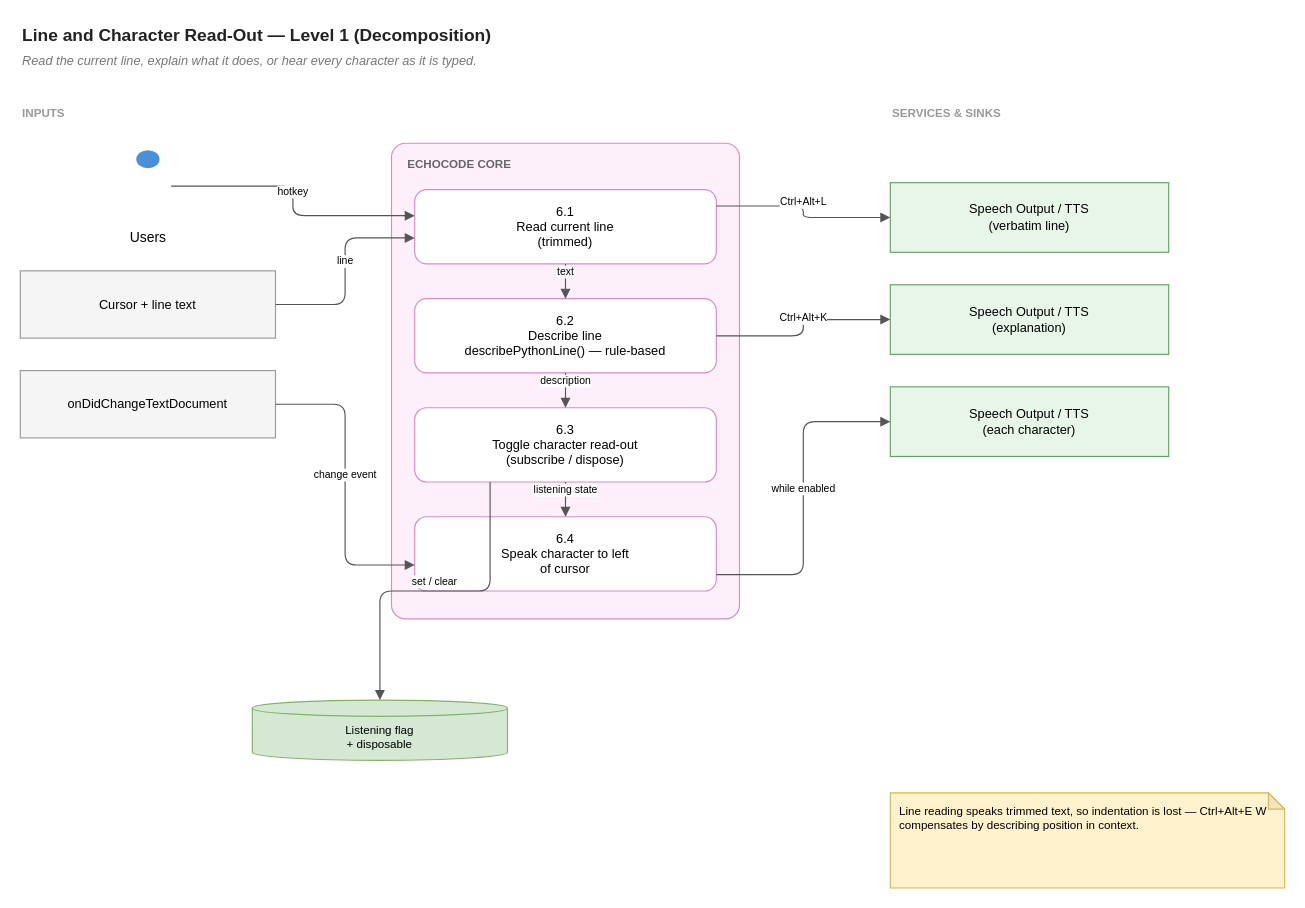
Before: page "Level 1 — Decomposition" (2 of 2) of wiki/diagrams/06-line-character-readout.drawio in hpcclab/EchoCode, a draw.io diagram. Source tidied: cells renumbered, new cells numbered last; positions are measured from the earlier drawing's top-left corner, leaving out a move shared by most shapes. Both pictures are drawn from the tidied source at 116%, with x=0, y=0 at pixel (20, 20).
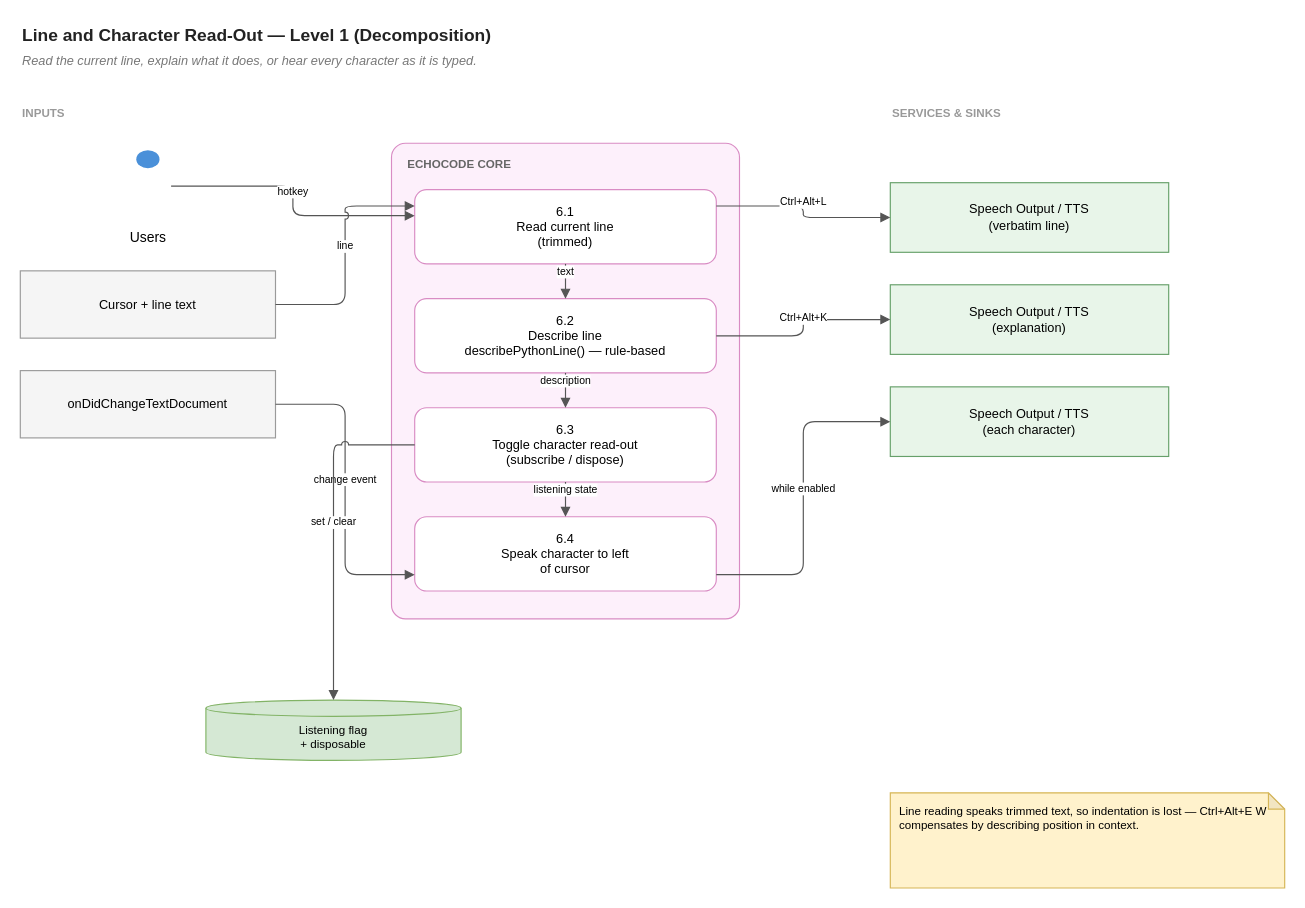
The same diagram, later.

The change refers to these unchanged cells:
```xml
<mxCell id="7" value="6.1&#10;Read current line&#10;(trimmed)" style="rounded=1;whiteSpace=wrap;html=1;fillColor=#ffffff;strokeColor=#d98cc4;fontSize=11;arcSize=16;" parent="6" vertex="1">
  <mxGeometry x="20" y="40" width="260" height="64" as="geometry" />
</mxCell>
<mxCell id="9" value="6.3&#10;Toggle character read-out&#10;(subscribe / dispose)" style="rounded=1;whiteSpace=wrap;html=1;fillColor=#ffffff;strokeColor=#d98cc4;fontSize=11;arcSize=16;" parent="6" vertex="1">
  <mxGeometry x="20" y="228" width="260" height="64" as="geometry" />
</mxCell>
<mxCell id="10" value="6.4&#10;Speak character to left&#10;of cursor" style="rounded=1;whiteSpace=wrap;html=1;fillColor=#ffffff;strokeColor=#d98cc4;fontSize=11;arcSize=16;" parent="6" vertex="1">
  <mxGeometry x="20" y="322" width="260" height="64" as="geometry" />
</mxCell>
<mxCell id="12" value="Cursor + line text" style="rounded=0;whiteSpace=wrap;html=1;fillColor=#f5f5f5;strokeColor=#9a9a9a;fontSize=11;" parent="1" vertex="1">
  <mxGeometry y="216" width="220" height="58" as="geometry" />
</mxCell>
<mxCell id="13" value="onDidChangeTextDocument" style="rounded=0;whiteSpace=wrap;html=1;fillColor=#f5f5f5;strokeColor=#9a9a9a;fontSize=11;" parent="1" vertex="1">
  <mxGeometry y="302" width="220" height="58" as="geometry" />
</mxCell>
```

Change to the diagram source:
```diff
@@
     <mxCell id="17" value="Listening flag&#10;+ disposable" style="shape=cylinder3;boundedLbl=1;backgroundOutline=1;size=7;whiteSpace=wrap;html=1;fillColor=#d5e8d4;strokeColor=#82b366;fontSize=10;" parent="1" vertex="1">
-      <mxGeometry x="200" y="586" width="220" height="52" as="geometry" />
+      <mxGeometry x="160" y="586" width="220" height="52" as="geometry" />
     </mxCell>
@@
-    <mxCell id="19" value="line" style="edgeStyle=orthogonalEdgeStyle;rounded=1;html=1;endArrow=block;endFill=1;jettySize=auto;jumpStyle=arc;jumpSize=6;fontSize=9;labelBackgroundColor=#ffffff;verticalAlign=bottom;strokeColor=#555555;exitX=1;exitY=0.5;exitDx=0;exitDy=0;entryX=0;entryY=0.65;entryDx=0;entryDy=0;" parent="1" edge="1" source="12" target="7">
+    <mxCell id="19" value="line" style="edgeStyle=orthogonalEdgeStyle;rounded=1;html=1;endArrow=block;endFill=1;jettySize=auto;jumpStyle=arc;jumpSize=6;fontSize=9;labelBackgroundColor=#ffffff;verticalAlign=bottom;strokeColor=#555555;exitX=1;exitY=0.5;exitDx=0;exitDy=0;entryX=0;entryY=0.22;entryDx=0;entryDy=0;" parent="1" edge="1" source="12" target="7">
       <mxGeometry relative="1" as="geometry" />
     </mxCell>
-    <mxCell id="20" value="change event" style="edgeStyle=orthogonalEdgeStyle;rounded=1;html=1;endArrow=block;endFill=1;jettySize=auto;jumpStyle=arc;jumpSize=6;fontSize=9;labelBackgroundColor=#ffffff;verticalAlign=bottom;strokeColor=#555555;exitX=1;exitY=0.5;exitDx=0;exitDy=0;entryX=0;entryY=0.65;entryDx=0;entryDy=0;" parent="1" edge="1" source="13" target="10">
+    <mxCell id="20" value="change event" style="edgeStyle=orthogonalEdgeStyle;rounded=1;html=1;endArrow=block;endFill=1;jettySize=auto;jumpStyle=arc;jumpSize=6;fontSize=9;labelBackgroundColor=#ffffff;verticalAlign=bottom;strokeColor=#555555;exitX=1;exitY=0.5;exitDx=0;exitDy=0;entryX=0;entryY=0.78;entryDx=0;entryDy=0;" parent="1" edge="1" source="13" target="10">
       <mxGeometry relative="1" as="geometry" />
     </mxCell>
@@
-    <mxCell id="27" value="set / clear" style="edgeStyle=orthogonalEdgeStyle;rounded=1;html=1;endArrow=block;endFill=1;jettySize=auto;jumpStyle=arc;jumpSize=6;fontSize=9;labelBackgroundColor=#ffffff;verticalAlign=bottom;strokeColor=#555555;exitX=0.25;exitY=1;exitDx=0;exitDy=0;entryX=0.5;entryY=0;entryDx=0;entryDy=0;" parent="1" edge="1" source="9" target="17">
+    <mxCell id="27" value="set / clear" style="edgeStyle=orthogonalEdgeStyle;rounded=1;html=1;endArrow=block;endFill=1;jettySize=auto;jumpStyle=arc;jumpSize=6;fontSize=9;labelBackgroundColor=#ffffff;verticalAlign=bottom;strokeColor=#555555;exitX=0;exitY=0.5;exitDx=0;exitDy=0;entryX=0.5;entryY=0;entryDx=0;entryDy=0;" parent="1" edge="1" source="9" target="17">
       <mxGeometry relative="1" as="geometry" />
     </mxCell>
```
